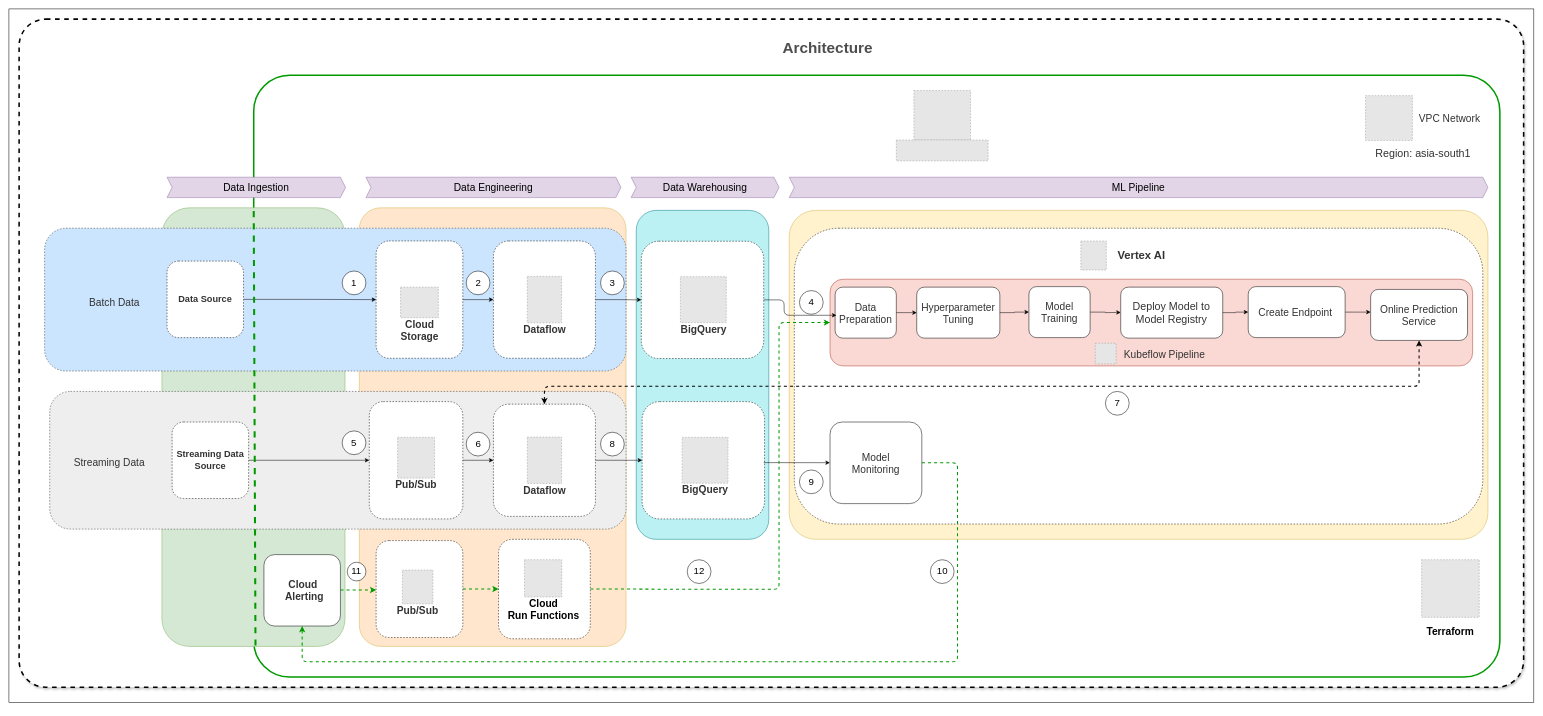
Above: ML Ops Architecture.drawio in adityasolanki205/Architecture_diagrams (draw.io), before the change. Source tidied: cells renumbered, new cells numbered last; positions are measured from the earlier drawing's top-left corner, leaving out a move shared by most shapes. Both pictures are drawn from the tidied source at 51%, with x=0, y=0 at pixel (9, 9). Pictures stored in the file or linked from it are replaced by grey dashed boxes.
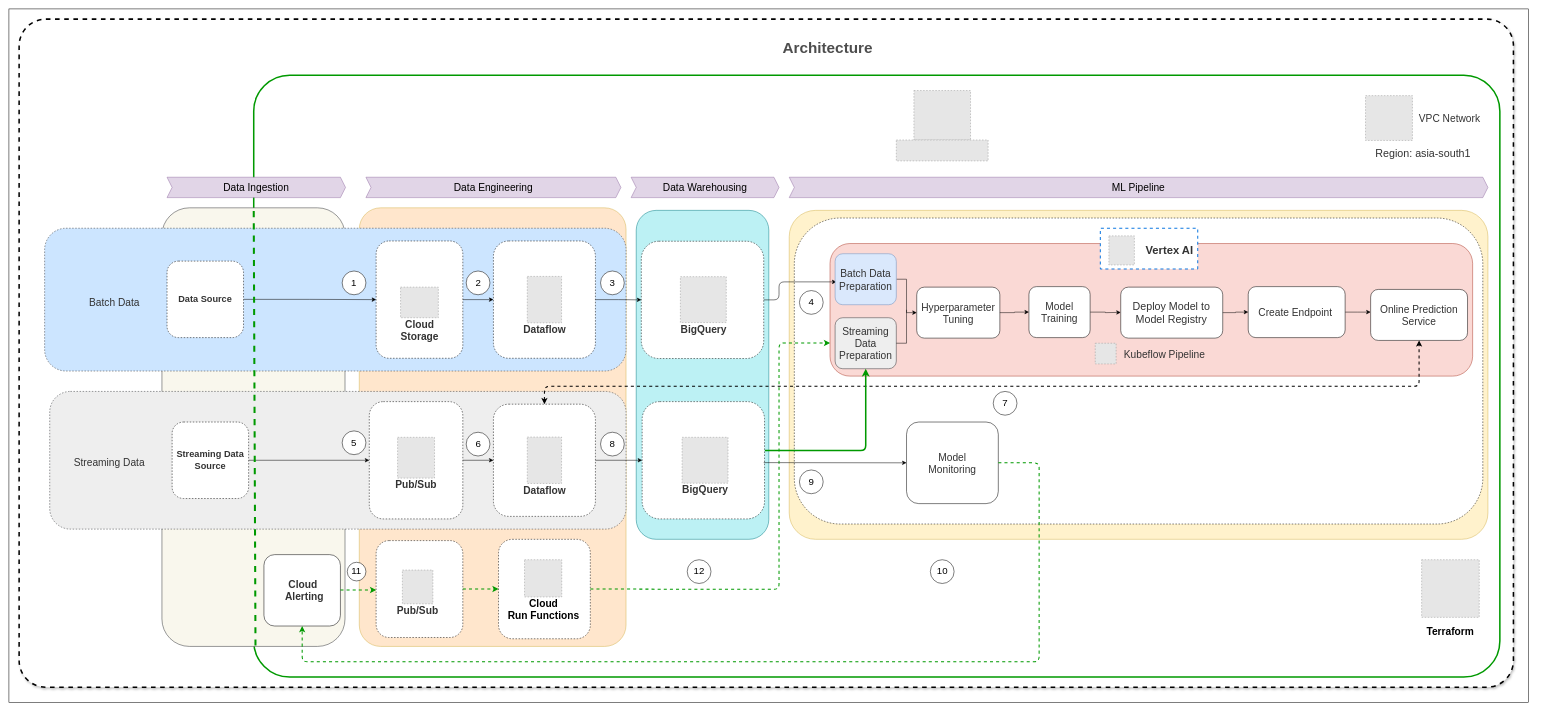
The same page after the edit.

Unchanged cells that the change refers to:
```xml
<mxCell id="23" style="rounded=1;whiteSpace=wrap;html=1;dashed=1;fontColor=#4D4D4D;" parent="1" vertex="1">
  <mxGeometry x="1240" y="455.5" width="240" height="230" as="geometry" />
</mxCell>
<mxCell id="64" style="rounded=1;whiteSpace=wrap;html=1;dashed=1;fontColor=#4D4D4D;" parent="1" vertex="1">
  <mxGeometry x="1241.6" y="770" width="240" height="230" as="geometry" />
</mxCell>
<mxCell id="91" style="rounded=1;whiteSpace=wrap;html=1;" parent="90" vertex="1">
  <mxGeometry width="180" height="160" as="geometry" />
</mxCell>
<mxCell id="100" style="rounded=1;whiteSpace=wrap;html=1;dashed=1;" parent="1" vertex="1">
  <mxGeometry x="960" y="1040" width="180" height="195" as="geometry" />
</mxCell>
```

Diff of the diagram source:
```diff
@@
     <mxCell id="2" style="rounded=0;whiteSpace=wrap;html=1;" parent="1" vertex="1">
-      <mxGeometry width="2990" height="1360" as="geometry" />
+      <mxGeometry width="2980" height="1360" as="geometry" />
     </mxCell>
     <mxCell id="3" style="rounded=1;whiteSpace=wrap;html=1;arcSize=4;dashed=1;glass=0;shadow=1;strokeWidth=3;" parent="1" vertex="1">
-      <mxGeometry x="20" y="20" width="2950" height="1310" as="geometry" />
+      <mxGeometry x="20" y="20" width="2930" height="1310" as="geometry" />
     </mxCell>
@@
-    <mxCell id="6" style="rounded=1;whiteSpace=wrap;html=1;fillColor=#d5e8d4;strokeColor=#82b366;" parent="1" vertex="1">
+    <mxCell id="6" style="rounded=1;whiteSpace=wrap;html=1;fillColor=#f9f7ed;strokeColor=#36393d;" parent="1" vertex="1">
       <mxGeometry x="300" y="390" width="359" height="860" as="geometry" />
     </mxCell>
@@
     <mxCell id="18" style="rounded=1;whiteSpace=wrap;html=1;dashed=1;" parent="1" vertex="1">
-      <mxGeometry x="1540" y="430" width="1350" height="580" as="geometry" />
+      <mxGeometry x="1540" y="410" width="1350" height="600" as="geometry" />
     </mxCell>
@@
-    <mxCell id="21" style="fillColor=#ffffff;strokeColor=none;shadow=0;strokeWidth=0;rounded=1;absoluteArcSize=1;arcSize=2;dashed=1;dashPattern=1 4;fontSize=27;fontStyle=1;fontColor=#333333;" parent="1" vertex="1">
-      <mxGeometry x="2085" y="440" width="191" height="80" as="geometry" />
-    </mxCell>
-    <mxCell id="22" value="&lt;font style=&quot;font-size: 22px; color: rgb(51, 51, 51);&quot;&gt;Vertex AI&lt;/font&gt;" style="fillColor=#E6E6E6;strokeColor=#999999;dashed=1;html=1;fontColor=light-dark(#8f8f8f, #6a6a6a);verticalLabelPosition=middle;verticalAlign=middle;labelPosition=right;align=left;spacingLeft=20;fontSize=20;fontStyle=1;" parent="21" vertex="1">
-      <mxGeometry width="50" height="57" relative="1" as="geometry">
-        <mxPoint x="16.8" y="15" as="offset" />
-      </mxGeometry>
-    </mxCell>
@@
     <mxCell id="25" style="rounded=1;whiteSpace=wrap;html=1;fillColor=#fad9d5;strokeColor=#ae4132;" parent="1" vertex="1">
-      <mxGeometry x="1610" y="530" width="1260" height="170" as="geometry" />
+      <mxGeometry x="1610" y="460" width="1260" height="260" as="geometry" />
     </mxCell>
-    <mxCell id="26" style="group;flipH=1;flipV=1;" parent="1" vertex="1">
-      <mxGeometry x="1620" y="545.5" width="120" height="100" as="geometry" />
-    </mxCell>
-    <mxCell id="27" style="rounded=1;whiteSpace=wrap;html=1;" parent="26" vertex="1">
-      <mxGeometry width="120" height="100" as="geometry" />
-    </mxCell>
-    <mxCell id="28" value="&lt;font style=&quot;font-size: 20px; color: rgb(51, 51, 51);&quot;&gt;Data Preparation&lt;/font&gt;" style="text;html=1;align=center;verticalAlign=middle;whiteSpace=wrap;rounded=0;fontColor=light-dark(#7F7F7F,#EDEDED);fontSize=16;fontStyle=0;" parent="26" vertex="1">
-      <mxGeometry x="30" y="35" width="60" height="30" as="geometry" />
-    </mxCell>
@@
+    <mxCell id="21" style="fillColor=#ffffff;strokeColor=light-dark(#0e78e1, #7dbeff);shadow=0;strokeWidth=2;rounded=1;absoluteArcSize=1;arcSize=2;fontSize=27;fontStyle=1;fontColor=#333333;dashed=1;" parent="1" vertex="1">
+      <mxGeometry x="2140" y="430" width="191" height="80" as="geometry" />
+    </mxCell>
+    <mxCell id="22" value="&lt;font style=&quot;font-size: 22px; color: rgb(51, 51, 51);&quot;&gt;Vertex AI&lt;/font&gt;" style="fillColor=#E6E6E6;strokeColor=#999999;dashed=1;html=1;fontColor=light-dark(#8f8f8f, #6a6a6a);verticalLabelPosition=middle;verticalAlign=middle;labelPosition=right;align=left;spacingLeft=20;fontSize=20;fontStyle=1;" parent="21" vertex="1">
+      <mxGeometry width="50" height="57" relative="1" as="geometry">
+        <mxPoint x="16.8" y="15" as="offset" />
+      </mxGeometry>
+    </mxCell>
@@
     <mxCell id="50" style="edgeStyle=orthogonalEdgeStyle;rounded=1;jettySize=auto;html=1;exitX=1;exitY=0.5;exitDx=0;exitDy=0;curved=0;entryX=0.021;entryY=0.552;entryDx=0;entryDy=0;entryPerimeter=0;" parent="1" edge="1" source="23" target="27">
       <mxGeometry relative="1" as="geometry">
         <Array as="points">
-          <mxPoint x="1520" y="571" />
-          <mxPoint x="1520" y="601" />
+          <mxPoint x="1510" y="571" />
+          <mxPoint x="1510" y="535" />
         </Array>
       </mxGeometry>
     </mxCell>
@@
     <mxCell id="89" value="&lt;span style=&quot;font-size: 19px;&quot;&gt;7&lt;/span&gt;" style="ellipse;whiteSpace=wrap;html=1;" parent="1" vertex="1">
-      <mxGeometry x="2150" y="750" width="46.6" height="46.6" as="geometry" />
+      <mxGeometry x="1930" y="750" width="46.6" height="46.6" as="geometry" />
     </mxCell>
     <mxCell id="90" style="group;dashed=1;" parent="1" vertex="1">
-      <mxGeometry x="1610" y="810" width="180" height="160" as="geometry" />
+      <mxGeometry x="1760" y="810" width="180" height="160" as="geometry" />
     </mxCell>
@@
-    <mxCell id="93" style="endArrow=classic;html=1;rounded=0;exitX=0.994;exitY=0.554;exitDx=0;exitDy=0;exitPerimeter=0;entryX=-0.001;entryY=0.547;entryDx=0;entryDy=0;entryPerimeter=0;" parent="1" edge="1">
+    <mxCell id="93" style="endArrow=classic;html=1;rounded=0;exitX=0.994;exitY=0.554;exitDx=0;exitDy=0;exitPerimeter=0;entryX=0;entryY=0.5;entryDx=0;entryDy=0;" parent="1" edge="1" target="91">
       <mxGeometry relative="1" as="geometry">
         <mxPoint x="1480" y="889.6" as="sourcePoint" />
-        <mxPoint x="1609.7" y="889.7" as="targetPoint" />
       </mxGeometry>
     </mxCell>
@@
-    <mxCell id="101" style="endArrow=classic;html=1;rounded=1;exitX=1;exitY=0.5;exitDx=0;exitDy=0;entryX=0;entryY=0.5;entryDx=0;entryDy=0;dashed=1;strokeWidth=2;strokeColor=#009900;curved=0;" parent="1" edge="1" source="100" target="25">
+    <mxCell id="101" style="endArrow=classic;html=1;rounded=1;exitX=1;exitY=0.5;exitDx=0;exitDy=0;entryX=0;entryY=0.75;entryDx=0;entryDy=0;dashed=1;strokeWidth=2;strokeColor=#009900;curved=0;" parent="1" edge="1" source="100" target="25">
       <mxGeometry relative="1" as="geometry">
         <Array as="points">
           <mxPoint x="1510" y="1138" />
-          <mxPoint x="1510" y="615" />
+          <mxPoint x="1510" y="900" />
+          <mxPoint x="1510" y="655" />
         </Array>
       </mxGeometry>
     </mxCell>
@@
     <mxCell id="103" style="endArrow=classic;html=1;rounded=1;dashed=1;strokeColor=#009900;strokeWidth=2;curved=0;" parent="1" edge="1">
       <mxGeometry relative="1" as="geometry">
-        <mxPoint x="1790" y="890" as="sourcePoint" />
+        <mxPoint x="1940" y="890" as="sourcePoint" />
         <mxPoint x="575" y="1210" as="targetPoint" />
         <Array as="points">
-          <mxPoint x="1860" y="890" />
+          <mxPoint x="2020" y="890" />
+          <mxPoint x="2020" y="1090" />
+          <mxPoint x="2020" y="1280" />
           <mxPoint x="1860" y="1280" />
           <mxPoint x="575" y="1280" />
         </Array>
       </mxGeometry>
     </mxCell>
@@
+    <mxCell id="27" style="rounded=1;whiteSpace=wrap;html=1;fillColor=#dae8fc;strokeColor=#6c8ebf;" parent="1" vertex="1">
+      <mxGeometry x="1620" y="480" width="120" height="100" as="geometry" />
+    </mxCell>
+    <mxCell id="28" value="&lt;font style=&quot;color: rgb(51, 51, 51); font-size: 20px;&quot;&gt;Batch Data Preparation&lt;/font&gt;" style="text;html=1;align=center;verticalAlign=middle;whiteSpace=wrap;rounded=0;fontColor=light-dark(#7F7F7F,#EDEDED);fontSize=16;fontStyle=0;" parent="1" vertex="1">
+      <mxGeometry x="1640" y="515.5" width="80" height="30" as="geometry" />
+    </mxCell>
+    <mxCell id="114" style="rounded=1;whiteSpace=wrap;html=1;strokeColor=#36393d;fillColor=#eeeeee;" parent="1" vertex="1">
+      <mxGeometry x="1620" y="605.5" width="120" height="100" as="geometry" />
+    </mxCell>
+    <mxCell id="115" value="&lt;font style=&quot;font-size: 20px; color: rgb(51, 51, 51);&quot;&gt;Streaming Data Preparation&lt;/font&gt;" style="text;html=1;align=center;verticalAlign=middle;whiteSpace=wrap;rounded=0;fontColor=light-dark(#7F7F7F,#EDEDED);fontSize=16;fontStyle=0;" parent="1" vertex="1">
+      <mxGeometry x="1630" y="620" width="100" height="70" as="geometry" />
+    </mxCell>
+    <mxCell id="116" style="endArrow=classic;startArrow=none;html=1;rounded=1;exitX=1.003;exitY=0.416;exitDx=0;exitDy=0;entryX=0.5;entryY=1;entryDx=0;entryDy=0;curved=0;strokeColor=light-dark(#009900, #ededed);jumpSize=6;startSize=6;sourcePerimeterSpacing=0;strokeWidth=3;exitPerimeter=0;startFill=0;" parent="1" edge="1" source="64" target="114">
+      <mxGeometry relative="1" as="geometry">
+        <Array as="points">
+          <mxPoint x="1550" y="866" />
+          <mxPoint x="1680" y="866" />
+          <mxPoint x="1680" y="770" />
+        </Array>
+      </mxGeometry>
+    </mxCell>
+    <mxCell id="117" style="edgeStyle=orthogonalEdgeStyle;rounded=0;jettySize=auto;html=1;exitX=1;exitY=0.5;exitDx=0;exitDy=0;endArrow=none;endFill=0;" parent="1" edge="1" source="114">
+      <mxGeometry relative="1" as="geometry">
+        <mxPoint x="1760" y="590" as="targetPoint" />
+        <Array as="points">
+          <mxPoint x="1760" y="656" />
+          <mxPoint x="1760" y="600" />
+        </Array>
+      </mxGeometry>
+    </mxCell>
```
